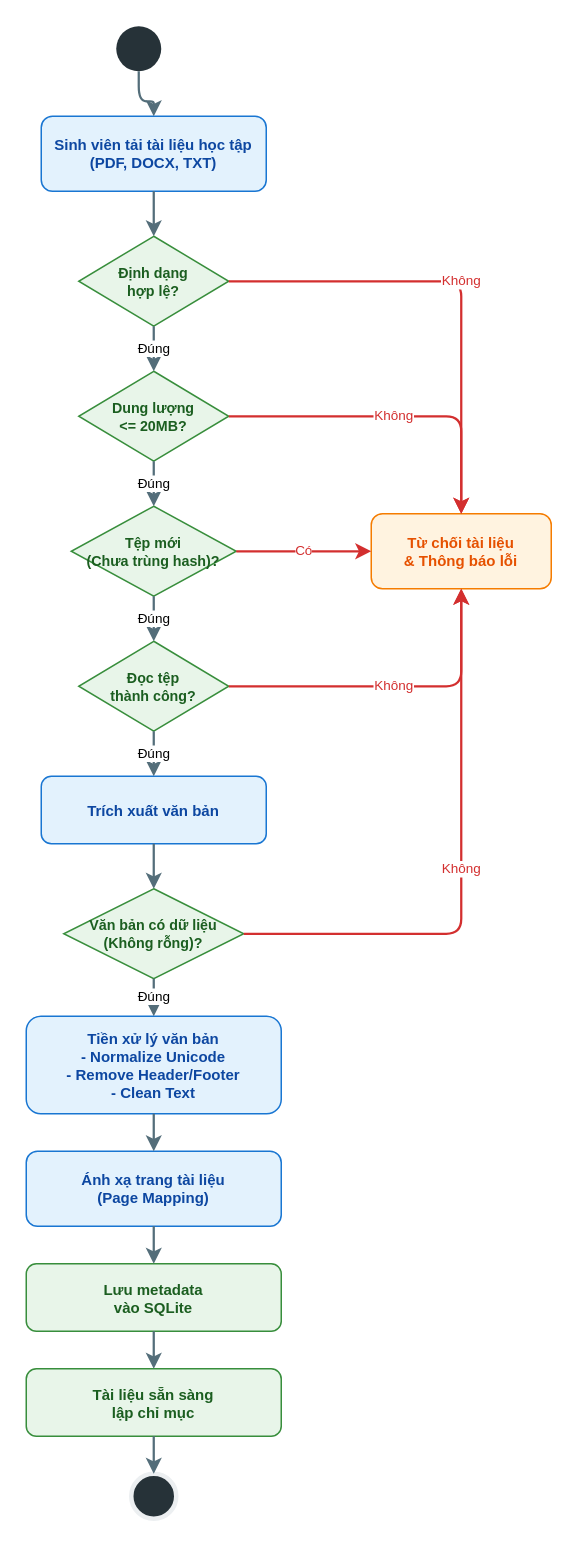
The draw.io diagram page "Upload" (3 of 12) of RAG_Chatbot_Design.drawio in haudo1207/personalized-lms-rag-chatbot, before the edit. Source tidied: cells renumbered, new cells numbered last; positions are measured from the earlier drawing's top-left corner, leaving out a move shared by most shapes. Both pictures are drawn from the tidied source at 150%, with x=0, y=0 at pixel (26, 26).
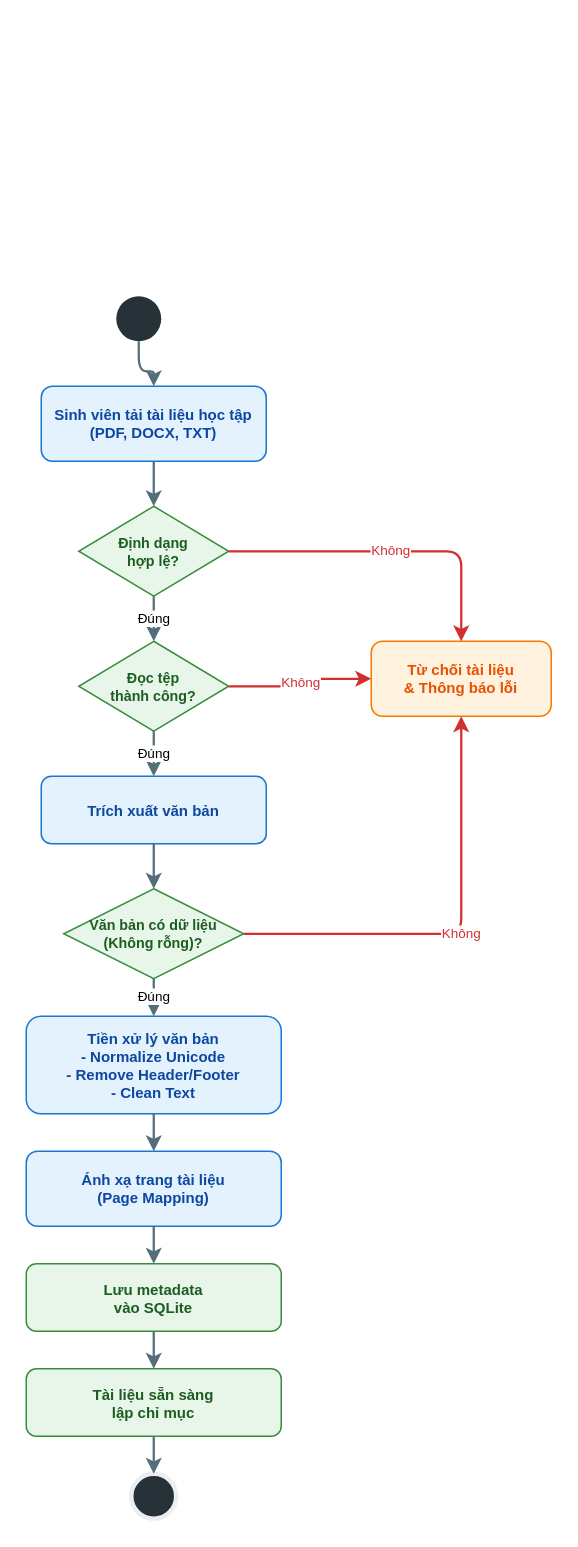
Above is the later version.

Unchanged cells that the change refers to:
```xml
<mxCell id="7" value="Đọc tệp&#10;thành công?" style="rhombus;whiteSpace=wrap;html=1;fillColor=#E8F5E9;strokeColor=#388E3C;fontColor=#1B5E20;fontStyle=1;fontSize=9.5;" parent="1" vertex="1">
  <mxGeometry x="35" y="410" width="100" height="60" as="geometry" />
</mxCell>
```

What changed in the source:
```diff
@@
     <mxCell id="2" style="ellipse;whiteSpace=wrap;html=1;fillColor=#263238;strokeColor=none;" parent="1" vertex="1">
-      <mxGeometry x="60" width="30" height="30" as="geometry" />
+      <mxGeometry x="60" y="180" width="30" height="30" as="geometry" />
     </mxCell>
     <mxCell id="3" value="Sinh viên tải tài liệu học tập&#10;(PDF, DOCX, TXT)" style="rounded=1;whiteSpace=wrap;html=1;fillColor=#E3F2FD;strokeColor=#1976D2;fontColor=#0D47A1;fontStyle=1;fontSize=10;" parent="1" vertex="1">
-      <mxGeometry x="10" y="60" width="150" height="50" as="geometry" />
+      <mxGeometry x="10" y="240" width="150" height="50" as="geometry" />
     </mxCell>
     <mxCell id="4" value="Định dạng&#10;hợp lệ?" style="rhombus;whiteSpace=wrap;html=1;fillColor=#E8F5E9;strokeColor=#388E3C;fontColor=#1B5E20;fontStyle=1;fontSize=9.5;" parent="1" vertex="1">
-      <mxGeometry x="35" y="140" width="100" height="60" as="geometry" />
+      <mxGeometry x="35" y="320" width="100" height="60" as="geometry" />
     </mxCell>
-    <mxCell id="5" value="Dung lượng&#10;&lt;= 20MB?" style="rhombus;whiteSpace=wrap;html=1;fillColor=#E8F5E9;strokeColor=#388E3C;fontColor=#1B5E20;fontStyle=1;fontSize=9.5;" parent="1" vertex="1">
-      <mxGeometry x="35" y="230" width="100" height="60" as="geometry" />
-    </mxCell>
-    <mxCell id="6" value="Tệp mới&#10;(Chưa trùng hash)?" style="rhombus;whiteSpace=wrap;html=1;fillColor=#E8F5E9;strokeColor=#388E3C;fontColor=#1B5E20;fontStyle=1;fontSize=9.5;" parent="1" vertex="1">
-      <mxGeometry x="30" y="320" width="110" height="60" as="geometry" />
-    </mxCell>
@@
     <mxCell id="15" value="Từ chối tài liệu&#10;&amp; Thông báo lỗi" style="rounded=1;whiteSpace=wrap;html=1;fillColor=#FFF3E0;strokeColor=#F57C00;fontColor=#E65100;fontStyle=1;fontSize=10;" parent="1" vertex="1">
-      <mxGeometry x="230" y="325" width="120" height="50" as="geometry" />
+      <mxGeometry x="230" y="410" width="120" height="50" as="geometry" />
     </mxCell>
@@
-    <mxCell id="18" value="Đúng" style="edgeStyle=orthogonalEdgeStyle;rounded=1;jettySize=auto;html=1;strokeWidth=1.5;strokeColor=#546E7A;fontSize=9;" parent="1" edge="1" source="4" target="5">
+    <mxCell id="18" value="Đúng" style="edgeStyle=orthogonalEdgeStyle;rounded=1;jettySize=auto;html=1;strokeWidth=1.5;strokeColor=#546E7A;fontSize=9;" parent="1" edge="1" source="4" target="7">
       <mxGeometry relative="1" as="geometry" />
     </mxCell>
-    <mxCell id="19" value="Đúng" style="edgeStyle=orthogonalEdgeStyle;rounded=1;jettySize=auto;html=1;strokeWidth=1.5;strokeColor=#546E7A;fontSize=9;" parent="1" edge="1" source="5" target="6">
-      <mxGeometry relative="1" as="geometry" />
-    </mxCell>
-    <mxCell id="20" value="Đúng" style="edgeStyle=orthogonalEdgeStyle;rounded=1;jettySize=auto;html=1;strokeWidth=1.5;strokeColor=#546E7A;fontSize=9;" parent="1" edge="1" source="6" target="7">
-      <mxGeometry relative="1" as="geometry" />
-    </mxCell>
@@
-    <mxCell id="29" value="Không" style="edgeStyle=orthogonalEdgeStyle;rounded=1;jettySize=auto;html=1;strokeWidth=1.5;strokeColor=#D32F2F;fontColor=#D32F2F;fontSize=9;" parent="1" edge="1" source="5" target="15">
-      <mxGeometry relative="1" as="geometry" />
-    </mxCell>
-    <mxCell id="30" value="Có" style="edgeStyle=orthogonalEdgeStyle;rounded=1;jettySize=auto;html=1;strokeWidth=1.5;strokeColor=#D32F2F;fontColor=#D32F2F;fontSize=9;" parent="1" edge="1" source="6" target="15">
-      <mxGeometry relative="1" as="geometry" />
-    </mxCell>
```
